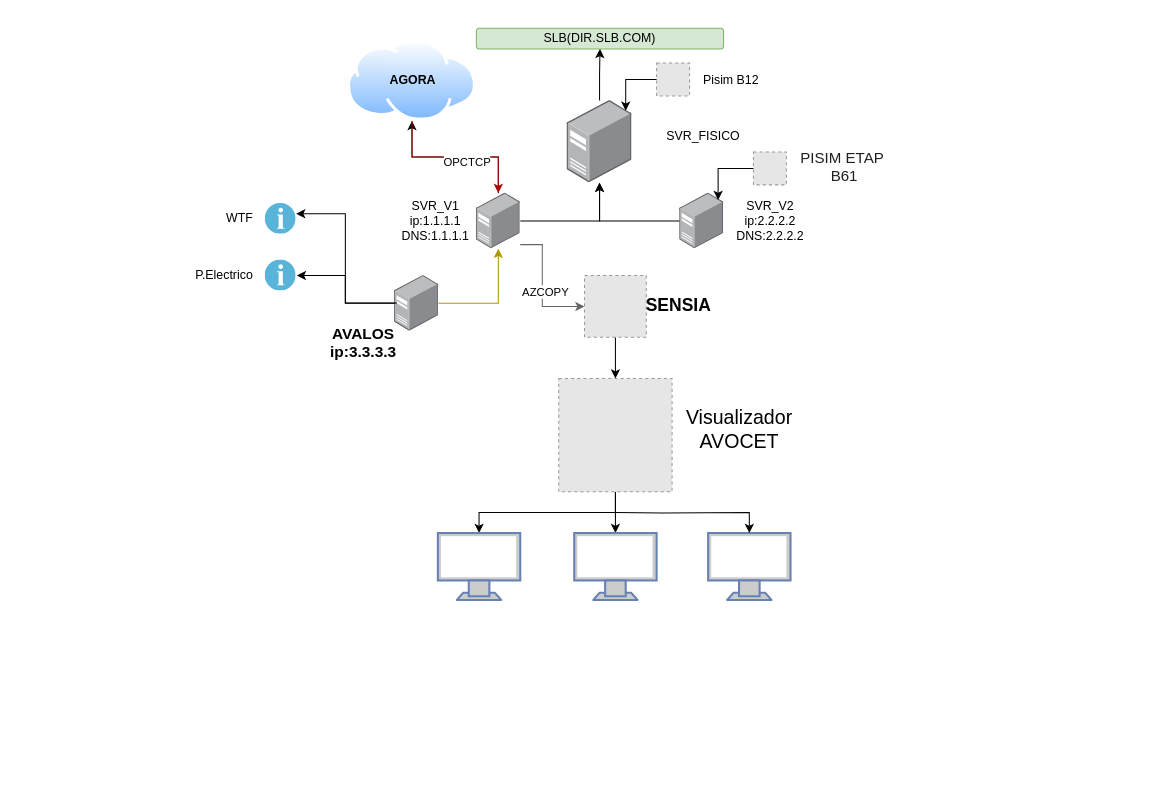
Above: Untitled Diagram.drawio in Kleberslb/Diagramas (draw.io), before the change. Source tidied: cells renumbered, new cells numbered last; positions are measured from the earlier drawing's top-left corner, leaving out a move shared by most shapes. Both pictures are drawn from the tidied source at 103%, with x=0, y=0 at pixel (182, 28). Pictures stored in the file or linked from it are replaced by grey dashed boxes.
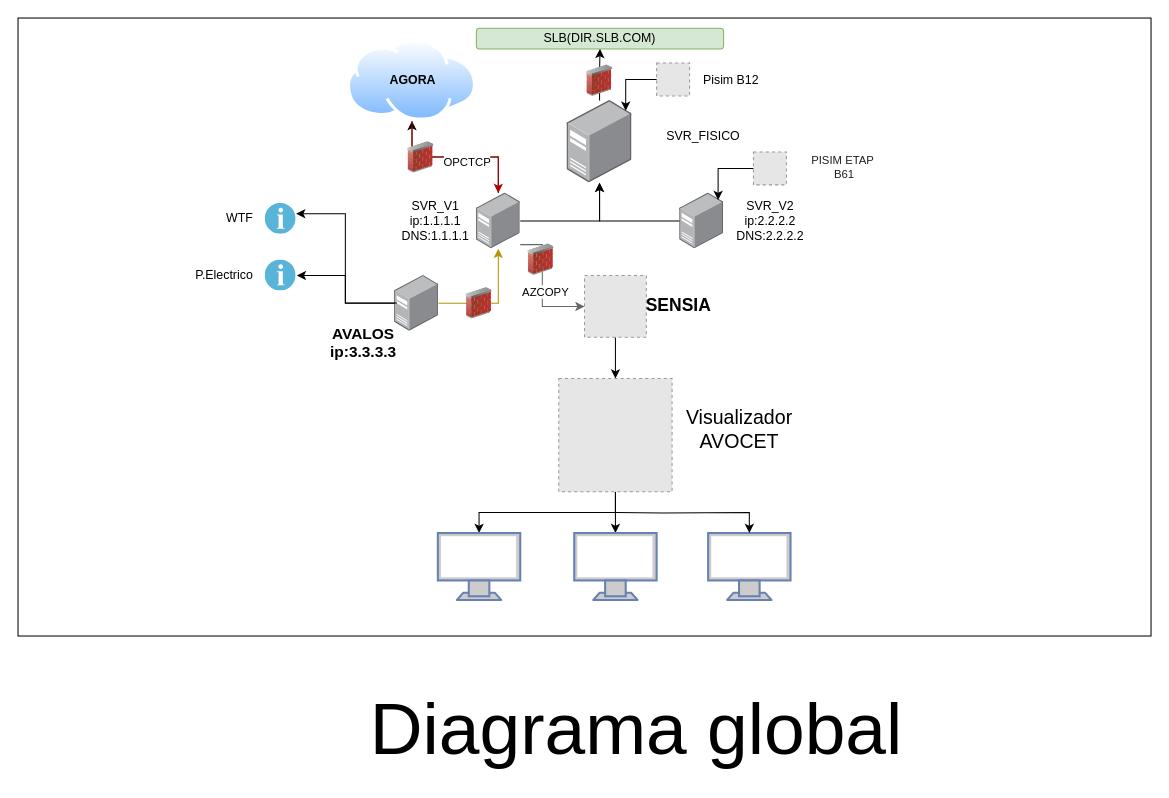
Above is the later version.

The change refers to these unchanged cells:
```xml
<mxCell id="30" style="fontColor=#0066CC;verticalAlign=top;verticalLabelPosition=bottom;labelPosition=center;align=center;html=1;outlineConnect=0;fillColor=#CCCCCC;strokeColor=#6881B3;gradientColor=none;gradientDirection=north;strokeWidth=2;shape=mxgraph.networks.monitor;" parent="1" vertex="1">
  <mxGeometry x="510" y="490" width="80" height="65" as="geometry" />
</mxCell>
```

What changed in the source:
```diff
@@
+    <mxCell id="45" style="whiteSpace=wrap;html=1;" parent="1" vertex="1">
+      <mxGeometry x="-160" y="-10" width="1100" height="600" as="geometry" />
+    </mxCell>
@@
-    <mxCell id="31" style="edgeStyle=orthogonalEdgeStyle;rounded=0;jettySize=auto;html=1;entryX=0.5;entryY=0;entryDx=0;entryDy=0;entryPerimeter=0;" parent="1" edge="1" target="30">
-      <mxGeometry relative="1" as="geometry">
-        <mxPoint x="420" y="470" as="sourcePoint" />
-      </mxGeometry>
-    </mxCell>
+    <mxCell id="46" style="edgeStyle=orthogonalEdgeStyle;rounded=0;jettySize=auto;html=1;entryX=0.5;entryY=0;entryDx=0;entryDy=0;entryPerimeter=0;" parent="1" edge="1" target="30">
+      <mxGeometry relative="1" as="geometry">
+        <mxPoint x="420" y="470" as="sourcePoint" />
+      </mxGeometry>
+    </mxCell>
@@
-    <mxCell id="38" value="&lt;span style=&quot;font-size: 11pt; color: rgb(35, 31, 32);&quot; lang=&quot;ES-EC&quot;&gt;PISIM ETAP&amp;nbsp;&lt;/span&gt;&lt;div&gt;&lt;span style=&quot;font-size: 11pt; color: rgb(35, 31, 32);&quot; lang=&quot;ES-EC&quot;&gt;B61&lt;/span&gt;&lt;/div&gt;" style="text;html=1;align=center;verticalAlign=middle;strokeColor=none;fillColor=none;" parent="1" vertex="1">
-      <mxGeometry x="587" y="110" width="110" height="50" as="geometry" />
+    <mxCell id="38" value="&lt;span lang=&quot;ES-EC&quot; style=&quot;color: rgb(35, 31, 32);&quot;&gt;PISIM ETAP&amp;nbsp;&lt;/span&gt;&lt;div&gt;&lt;span lang=&quot;ES-EC&quot; style=&quot;color: rgb(35, 31, 32);&quot;&gt;B61&lt;/span&gt;&lt;/div&gt;" style="text;html=1;align=center;verticalAlign=middle;strokeColor=none;fillColor=none;fontSize=11;" parent="1" vertex="1">
+      <mxGeometry x="597" y="115" width="90" height="40" as="geometry" />
     </mxCell>
@@
+    <mxCell id="47" value="&lt;span style=&quot;font-size: 71px;&quot;&gt;Diagrama global&lt;/span&gt;" style="text;html=1;align=center;verticalAlign=middle;strokeColor=none;fillColor=none;" parent="1" vertex="1">
+      <mxGeometry x="170" y="630" width="540" height="100" as="geometry" />
+    </mxCell>
+    <mxCell id="48" style="image;html=1;image=img/lib/clip_art/networking/Firewall_02_128x128.png;" parent="1" vertex="1">
+      <mxGeometry x="387.3" y="35.6" width="34.6" height="30.6" as="geometry" />
+    </mxCell>
+    <mxCell id="49" style="image;html=1;image=img/lib/clip_art/networking/Firewall_02_128x128.png;" parent="1" vertex="1">
+      <mxGeometry x="213.7" y="110" width="34.6" height="30.6" as="geometry" />
+    </mxCell>
+    <mxCell id="50" style="image;html=1;image=img/lib/clip_art/networking/Firewall_02_128x128.png;" parent="1" vertex="1">
+      <mxGeometry x="330.4" y="209.4" width="34.6" height="30.6" as="geometry" />
+    </mxCell>
+    <mxCell id="51" style="image;html=1;image=img/lib/clip_art/networking/Firewall_02_128x128.png;" parent="1" vertex="1">
+      <mxGeometry x="270.3" y="251.7" width="34.6" height="30.6" as="geometry" />
+    </mxCell>
```
